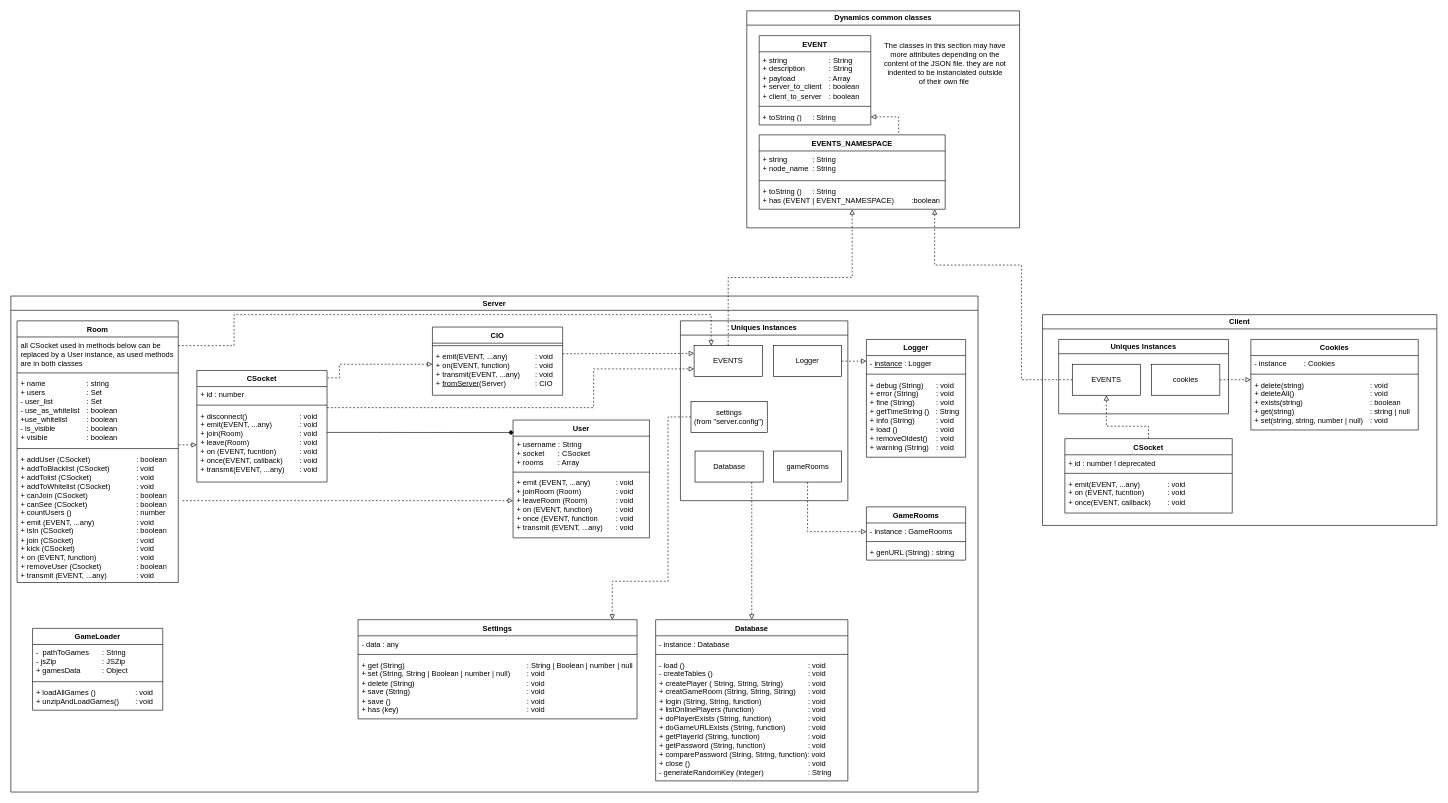
Above: useful_docs/classes.drawio in T0ine34/ortelo (draw.io), before the change. Source tidied: cells renumbered, new cells numbered last; positions are measured from the earlier drawing's top-left corner, leaving out a move shared by most shapes. Both pictures are drawn from the tidied source at 62%, with x=0, y=0 at pixel (11, 11).
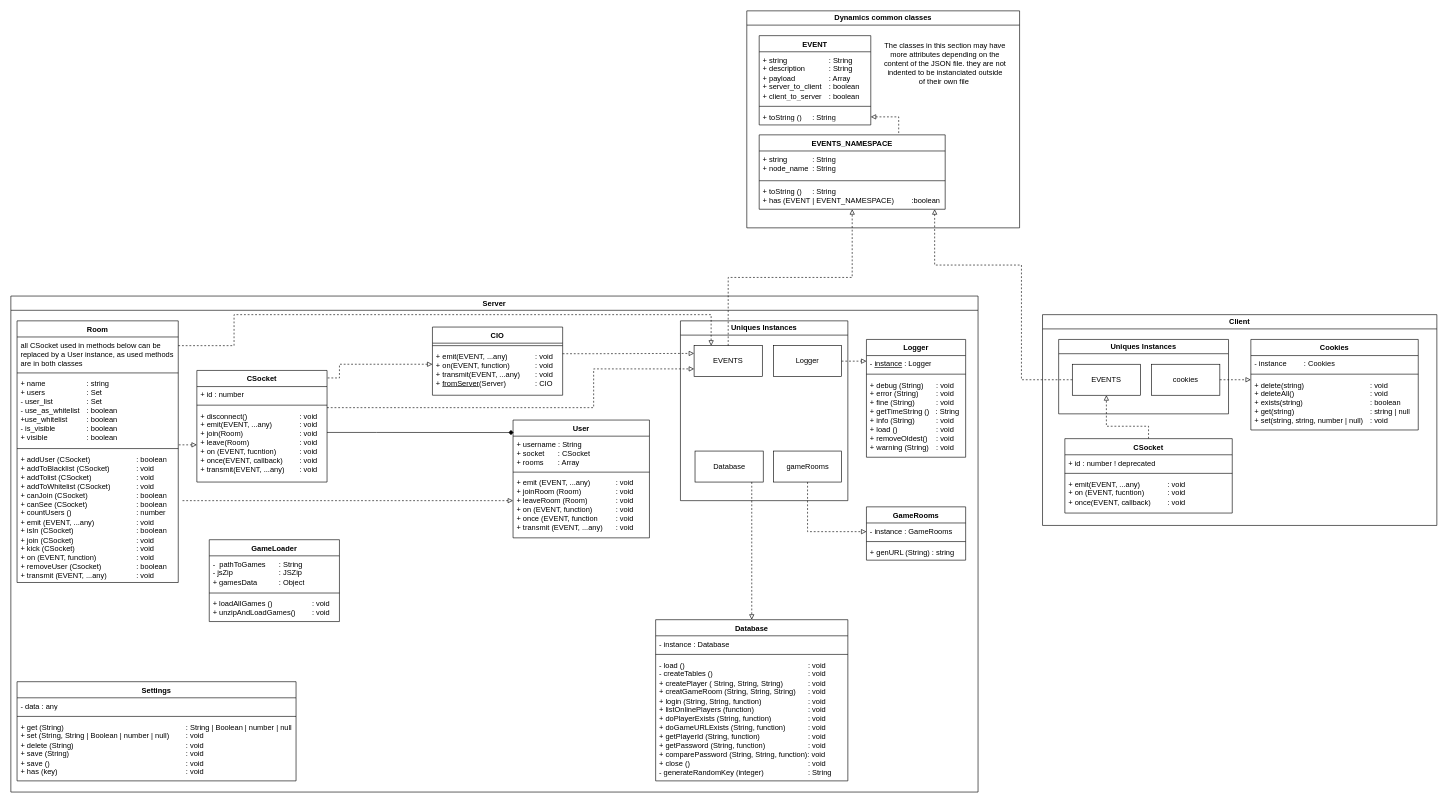
The same diagram, later.

Commit message (it also covers changes not shown here):
removing the single instance from settings this allow to have multiple instances of the same settings file

Unchanged cells that the change refers to:
```xml
<mxCell id="16" value="Server" style="swimlane;whiteSpace=wrap;html=1;" parent="1" vertex="1">
  <mxGeometry y="460" width="1560" height="800" as="geometry" />
</mxCell>
<mxCell id="54" value="Uniques Instances" style="swimlane;whiteSpace=wrap;html=1;" parent="16" vertex="1">
  <mxGeometry x="1080" y="40" width="270" height="290" as="geometry" />
</mxCell>
```

Diff of the diagram source:
```diff
@@
     <mxCell id="32" value="GameLoader" style="swimlane;fontStyle=1;align=center;verticalAlign=top;horizontal=1;startSize=26;whiteSpace=wrap;html=1;" parent="16" vertex="1">
-      <mxGeometry x="35" y="536" width="210" height="132" as="geometry" />
+      <mxGeometry x="320" y="393" width="210" height="132" as="geometry" />
     </mxCell>
@@
     <mxCell id="40" value="Settings" style="swimlane;fontStyle=1;align=center;verticalAlign=top;horizontal=1;startSize=26;whiteSpace=wrap;html=1;" parent="16" vertex="1">
-      <mxGeometry x="560" y="522" width="450" height="160" as="geometry" />
+      <mxGeometry x="10" y="622" width="450" height="160" as="geometry" />
     </mxCell>
@@
-    <mxCell id="58" value="settings&lt;br&gt;(from &quot;server.config&quot;)" style="html=1;whiteSpace=wrap;" parent="54" vertex="1">
-      <mxGeometry x="17" y="130" width="123" height="50" as="geometry" />
-    </mxCell>
@@
-    <mxCell id="65" style="edgeStyle=orthogonalEdgeStyle;rounded=0;jettySize=auto;html=1;dashed=1;endArrow=block;endFill=0;" parent="16" edge="1" source="58" target="40">
-      <mxGeometry relative="1" as="geometry">
-        <Array as="points">
-          <mxPoint x="1060" y="195" />
-          <mxPoint x="1060" y="460" />
-          <mxPoint x="970" y="460" />
-        </Array>
-      </mxGeometry>
-    </mxCell>
```
